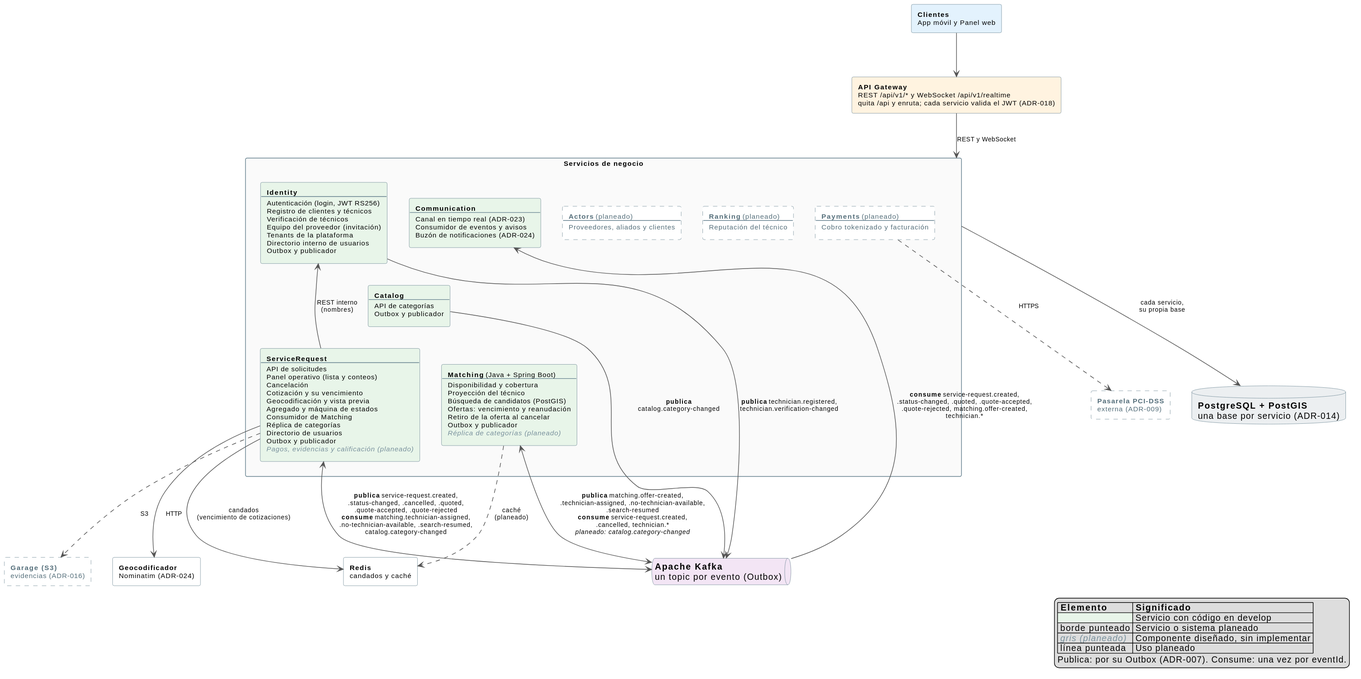
Before: docs/architecture/diagrams/sdd/02_componentes_backend.svg, a diagram exported from PlantUML (ARQUI-202630/quickpatch).
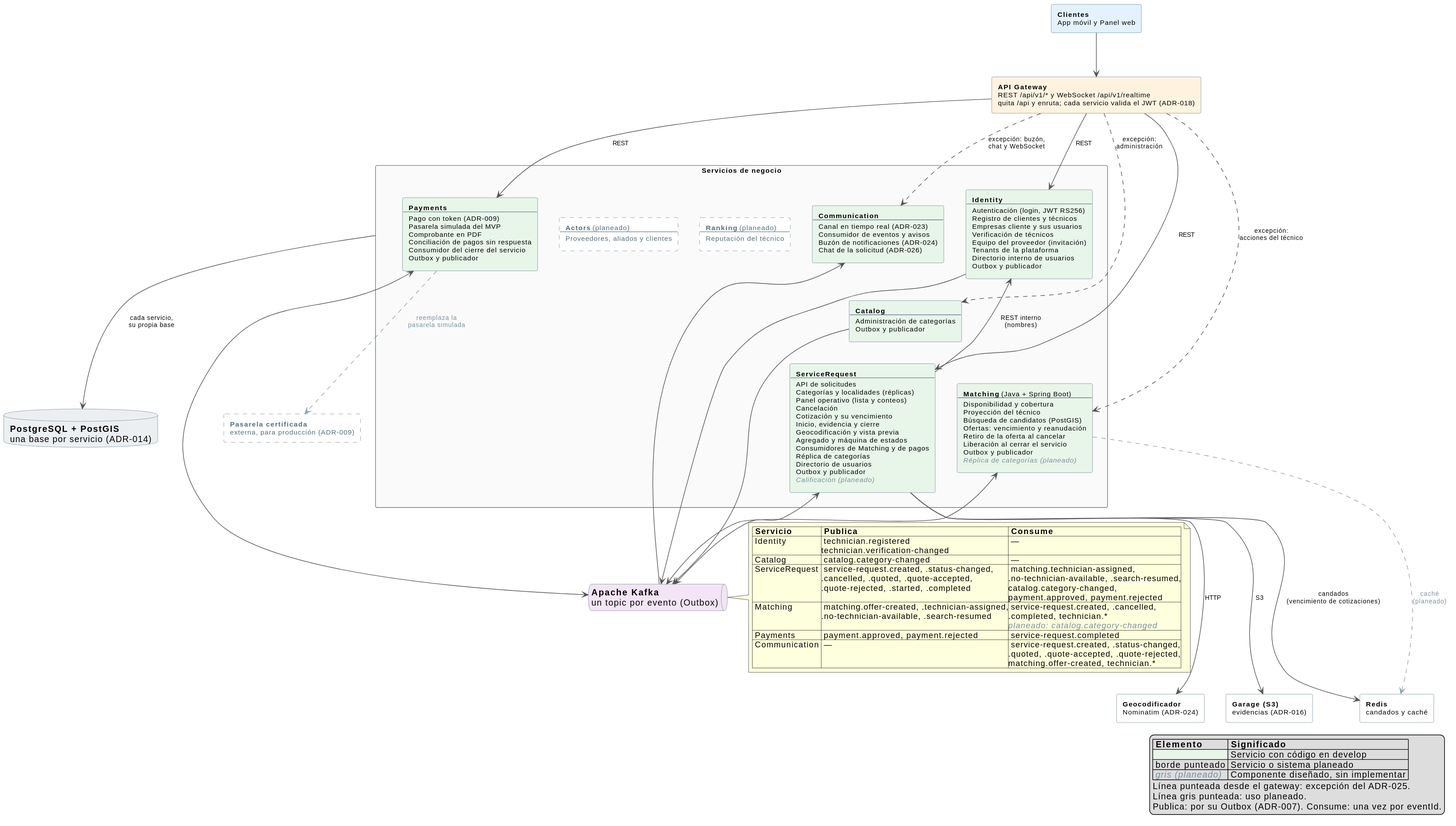
Above is the later version.

Commit message:
docs(sdd): Figura 5 al día con develop (ADR-025, pagos, chat, empresas) (SCRUM-471)

The edit, as a diff of the source:
```diff
@@ -41,6 +41,7 @@
     ----
     Autenticación (login, JWT RS256)
     Registro de clientes y técnicos
+    Empresas cliente y sus usuarios
     Verificación de técnicos
     Equipo del proveedor (invitación)
     Tenants de la plataforma
@@ -50,23 +51,25 @@
   rectangle CATALOG <<servicio>> [
     **Catalog**
     ----
-    API de categorías
+    Administración de categorías
     Outbox y publicador
   ]
   rectangle SR <<servicio>> [
     **ServiceRequest**
     ----
     API de solicitudes
+    Categorías y localidades (réplicas)
     Panel operativo (lista y conteos)
     Cancelación
     Cotización y su vencimiento
+    Inicio, evidencia y cierre
     Geocodificación y vista previa
     Agregado y máquina de estados
-    Consumidor de Matching
+    Consumidores de Matching y de pagos
     Réplica de categorías
     Directorio de usuarios
     Outbox y publicador
-    <color:#78909C><i>Pagos, evidencias y calificación (planeado)</i></color>
+    <color:#78909C><i>Calificación (planeado)</i></color>
   ]
   rectangle MATCHING <<servicio>> [
     **Matching** (Java + Spring Boot)
@@ -76,8 +79,19 @@
     Búsqueda de candidatos (PostGIS)
     Ofertas: vencimiento y reanudación
     Retiro de la oferta al cancelar
+    Liberación al cerrar el servicio
     Outbox y publicador
     <color:#78909C><i>Réplica de categorías (planeado)</i></color>
+  ]
+  rectangle PAYMENTS <<servicio>> [
+    **Payments**
+    ----
+    Pago con token (ADR-009)
+    Pasarela simulada del MVP
+    Comprobante en PDF
+    Conciliación de pagos sin respuesta
+    Consumidor del cierre del servicio
+    Outbox y publicador
   ]
   rectangle COMM <<servicio>> [
     **Communication**
@@ -85,6 +99,7 @@
     Canal en tiempo real (ADR-023)
     Consumidor de eventos y avisos
     Buzón de notificaciones (ADR-024)
+    Chat de la solicitud (ADR-026)
   ]
   rectangle ACTORS <<planeado>> [
     **Actors** (planeado)
@@ -96,52 +111,64 @@
     ----
     Reputación del técnico
   ]
-  rectangle PAYMENTS <<planeado>> [
-    **Payments** (planeado)
-    ----
-    Cobro tokenizado y facturación
-  ]
 }
 
 queue "**Apache Kafka**\nun topic por evento (Outbox)" as KAFKA
 database "**PostgreSQL + PostGIS**\nuna base por servicio (ADR-014)" as PG
 rectangle "**Geocodificador**\nNominatim (ADR-024)" as GEO
-rectangle "**Pasarela PCI-DSS**\nexterna (ADR-009)" <<planeado>> as PSP
 rectangle "**Redis**\ncandados y caché" as REDIS
-rectangle "**Garage (S3)**\nevidencias (ADR-016)" <<planeado>> as GARAGE
+rectangle "**Garage (S3)**\nevidencias (ADR-016)" as GARAGE
+rectangle "**Pasarela certificada**\nexterna, para producción (ADR-009)" <<planeado>> as PSP
 
 IDENTITY -[hidden]right- CATALOG
 CATALOG -[hidden]right- SR
 SR -[hidden]right- MATCHING
 SR -[hidden]down- KAFKA
 KAFKA -[hidden]down- COMM
-COMM -[hidden]right- ACTORS
+COMM -[hidden]right- PAYMENTS
+PAYMENTS -[hidden]right- ACTORS
 ACTORS -[hidden]right- RANKING
-RANKING -[hidden]right- PAYMENTS
 
 CLIENTES --> GW
-GW --> NEGOCIO : REST y WebSocket
+GW --> IDENTITY : REST
+GW --> SR : REST
+GW --> PAYMENTS : REST
+GW ..> MATCHING : excepción:\nacciones del técnico
+GW ..> CATALOG : excepción:\nadministración
+GW ..> COMM : excepción: buzón,\nchat y WebSocket
 SR --> IDENTITY : REST interno\n(nombres)
 SR --> GEO : HTTP
+SR --> REDIS : candados\n(vencimiento de cotizaciones)
+SR --> GARAGE : S3
 NEGOCIO --> PG : cada servicio,\nsu propia base
 
-IDENTITY -down-> KAFKA : **publica** technician.registered,\ntechnician.verification-changed
-CATALOG -down-> KAFKA : **publica**\ncatalog.category-changed
-SR <-down-> KAFKA : **publica** service-request.created,\n.status-changed, .cancelled, .quoted,\n.quote-accepted, .quote-rejected\n**consume** matching.technician-assigned,\n.no-technician-available, .search-resumed,\ncatalog.category-changed
-MATCHING <-down-> KAFKA : **publica** matching.offer-created,\n.technician-assigned, .no-technician-available,\n.search-resumed\n**consume** service-request.created,\n.cancelled, technician.*\n<i>planeado: catalog.category-changed</i>
-KAFKA -down-> COMM : **consume** service-request.created,\n.status-changed, .quoted, .quote-accepted,\n.quote-rejected, matching.offer-created,\ntechnician.*
+IDENTITY -down-> KAFKA
+CATALOG -down-> KAFKA
+SR <-down-> KAFKA
+MATCHING <-down-> KAFKA
+PAYMENTS <-up-> KAFKA
+KAFKA -down-> COMM
 
-PAYMENTS ..> PSP : HTTPS
-SR ..> GARAGE : S3
-SR --> REDIS : candados\n(vencimiento de cotizaciones)
-MATCHING ..> REDIS : caché\n(planeado)
+note right of KAFKA
+  |= Servicio |= Publica |= Consume |
+  | Identity | technician.registered\ntechnician.verification-changed | — |
+  | Catalog | catalog.category-changed | — |
+  | ServiceRequest | service-request.created, .status-changed,\n.cancelled, .quoted, .quote-accepted,\n.quote-rejected, .started, .completed | matching.technician-assigned,\n.no-technician-available, .search-resumed,\ncatalog.category-changed,\npayment.approved, payment.rejected |
+  | Matching | matching.offer-created, .technician-assigned,\n.no-technician-available, .search-resumed | service-request.created, .cancelled,\n.completed, technician.*\n<color:#78909C><i>planeado: catalog.category-changed</i></color> |
+  | Payments | payment.approved, payment.rejected | service-request.completed |
+  | Communication | — | service-request.created, .status-changed,\n.quoted, .quote-accepted, .quote-rejected,\nmatching.offer-created, technician.* |
+end note
+
+MATCHING ..> REDIS #90A4AE : <color:#78909C>caché\n<color:#78909C>(planeado)
+PAYMENTS ..> PSP #90A4AE : <color:#78909C>reemplaza la\n<color:#78909C>pasarela simulada
 
 legend right
   |= Elemento |= Significado |
   |<#E8F5E9>| Servicio con código en develop |
   | borde punteado | Servicio o sistema planeado |
   | <color:#78909C><i>gris (planeado)</i></color> | Componente diseñado, sin implementar |
-  | línea punteada | Uso planeado |
+  Línea punteada desde el gateway: excepción del ADR-025.
+  Línea gris punteada: uso planeado.
   Publica: por su Outbox (ADR-007). Consume: una vez por eventId.
 endlegend
 @enduml
```
